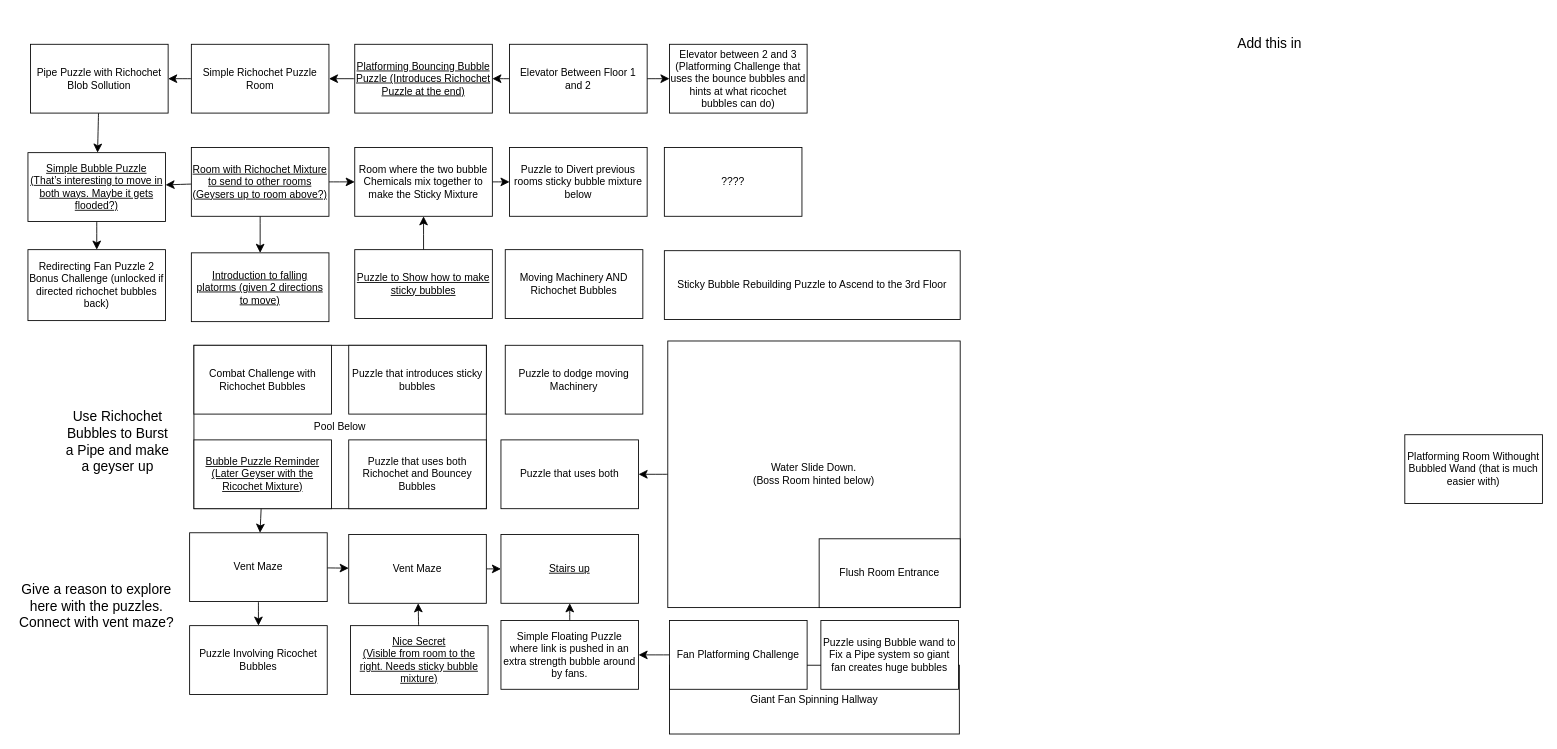
This is page "2nd Floor" (2 of 4) of Bubble Wand Dungeon Map First Draft.drawio from Rift-Master/Game-Design-Documents, a draw.io file, before an edit. Source tidied: cells renumbered, new cells numbered last; positions are measured from the earlier drawing's top-left corner, leaving out a move shared by most shapes. Both pictures are drawn from the tidied source at 86%, with x=0, y=0 at pixel (15, 15).
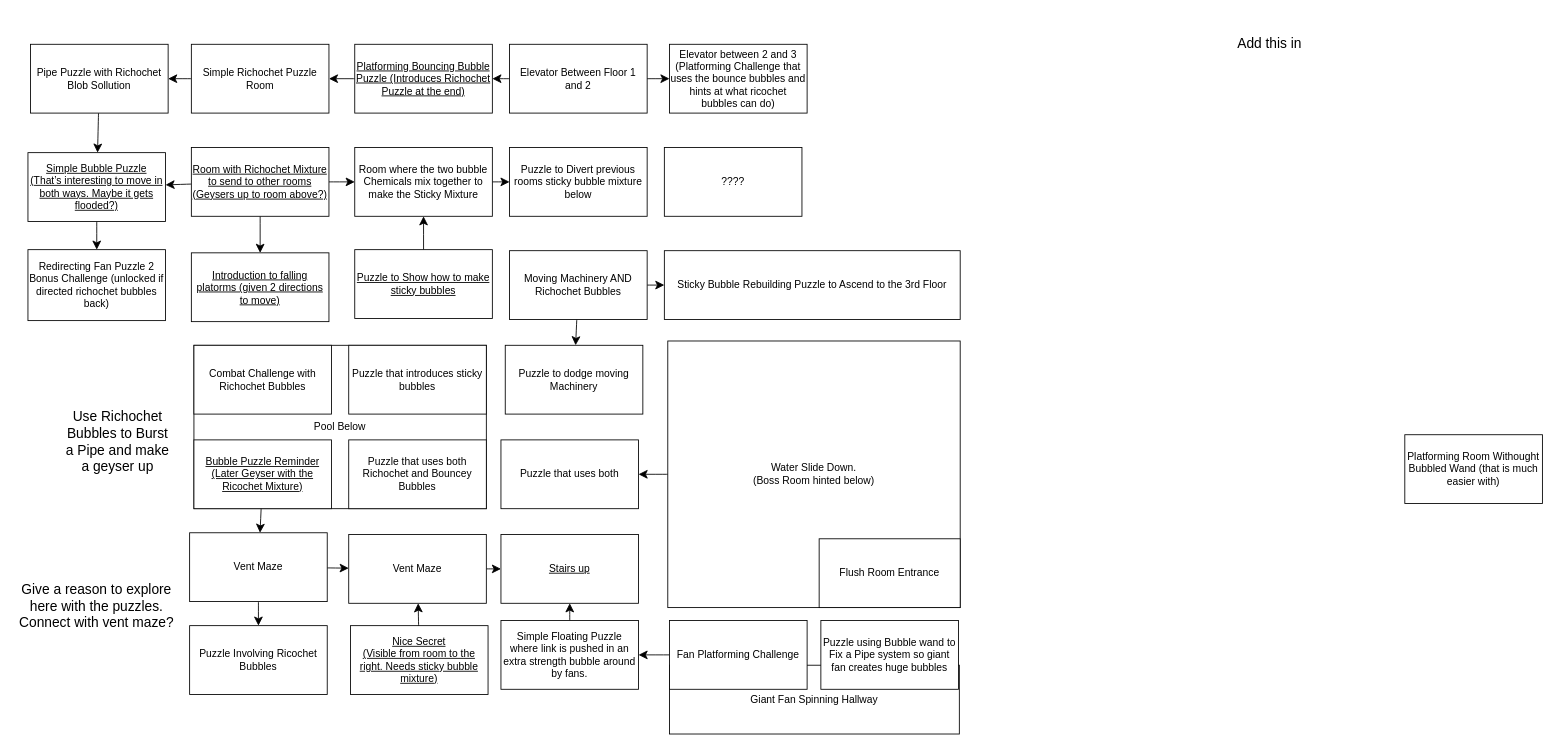
The same page after the edit.

The change refers to these unchanged cells:
```xml
<mxCell id="43" value="Sticky Bubble Rebuilding Puzzle to Ascend to the 3rd Floor" style="rounded=0;whiteSpace=wrap;html=1;" parent="1" vertex="1">
  <mxGeometry x="755" y="274" width="344" height="80" as="geometry" />
</mxCell>
<mxCell id="48" value="Puzzle to dodge moving Machinery" style="rounded=0;whiteSpace=wrap;html=1;" parent="1" vertex="1">
  <mxGeometry x="570" y="384" width="160" height="80" as="geometry" />
</mxCell>
```

The edit, as a diff of the source:
```diff
@@
+    <mxCell id="58" style="edgeStyle=none;curved=1;rounded=0;jettySize=auto;html=1;fontSize=12;startSize=8;endSize=8;" parent="1" edge="1" source="49" target="43">
+      <mxGeometry relative="1" as="geometry" />
+    </mxCell>
+    <mxCell id="59" style="edgeStyle=none;curved=1;rounded=0;jettySize=auto;html=1;fontSize=12;startSize=8;endSize=8;" parent="1" edge="1" source="49" target="48">
+      <mxGeometry relative="1" as="geometry" />
+    </mxCell>
     <mxCell id="49" value="Moving Machinery AND Richochet Bubbles" style="rounded=0;whiteSpace=wrap;html=1;" parent="1" vertex="1">
-      <mxGeometry x="570" y="272.8" width="160" height="80" as="geometry" />
+      <mxGeometry x="575" y="274" width="160" height="80" as="geometry" />
     </mxCell>
```
